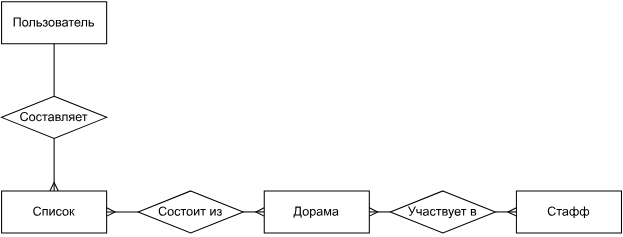
AskaryanKarine/DoramaSet keeps this draw.io diagram as docs/img/er-diagram.svg. Above is the earlier version. Source tidied: cells renumbered, new cells last; positions are measured from the earlier drawing's top-left corner, leaving out a move shared by most shapes.
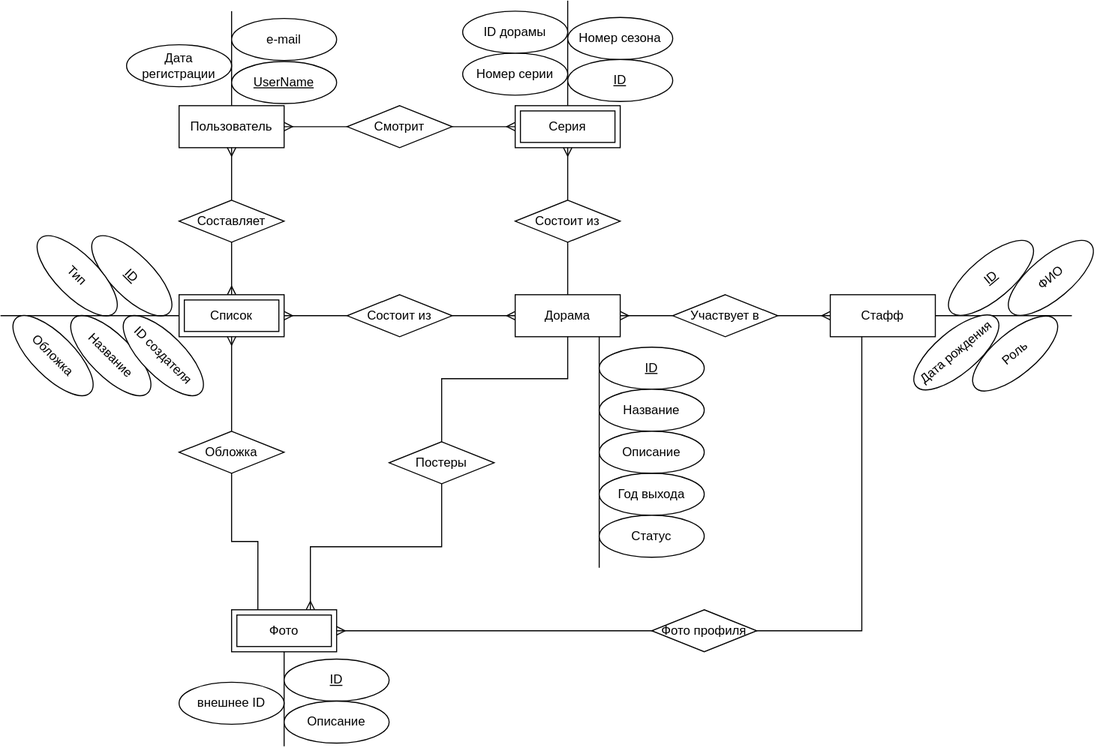
After the commit.

Commit message:
added finished use-case diagram

The edit, as a diff of the source:
```diff
@@ -2,44 +2,204 @@
   <root>
     <mxCell id="0" />
     <mxCell id="1" parent="0" />
-    <mxCell id="2" style="edgeStyle=none;rounded=0;jettySize=auto;html=1;entryX=0.5;entryY=0;entryDx=0;entryDy=0;startArrow=none;startFill=0;endArrow=ERmany;endFill=0;" parent="1" edge="1" source="10" target="5">
+    <mxCell id="2" style="edgeStyle=none;rounded=0;jettySize=auto;html=1;entryX=0.5;entryY=0;entryDx=0;entryDy=0;startArrow=none;startFill=0;endArrow=ERmany;endFill=0;exitX=0.5;exitY=1;exitDx=0;exitDy=0;" parent="1" edge="1" source="10" target="5">
       <mxGeometry relative="1" as="geometry" />
     </mxCell>
+    <mxCell id="15" style="edgeStyle=orthogonalEdgeStyle;rounded=0;jettySize=auto;html=1;exitX=0.5;exitY=0;exitDx=0;exitDy=0;endArrow=none;endFill=0;" parent="1" edge="1" source="3">
+      <mxGeometry relative="1" as="geometry">
+        <mxPoint x="50" y="-90" as="targetPoint" />
+      </mxGeometry>
+    </mxCell>
     <mxCell id="3" value="Пользователь" style="whiteSpace=wrap;html=1;align=center;" parent="1" vertex="1">
       <mxGeometry width="100" height="40" as="geometry" />
     </mxCell>
     <mxCell id="4" style="edgeStyle=none;rounded=0;jettySize=auto;html=1;entryX=0;entryY=0.5;entryDx=0;entryDy=0;startArrow=none;startFill=0;endArrow=ERmany;endFill=0;" parent="1" edge="1" source="12" target="7">
       <mxGeometry relative="1" as="geometry" />
     </mxCell>
-    <mxCell id="5" value="Список" style="whiteSpace=wrap;html=1;align=center;" parent="1" vertex="1">
-      <mxGeometry y="180" width="100" height="40" as="geometry" />
-    </mxCell>
     <mxCell id="6" style="edgeStyle=none;rounded=0;jettySize=auto;html=1;endArrow=ERmany;endFill=0;startArrow=none;startFill=0;entryX=0;entryY=0.5;entryDx=0;entryDy=0;" parent="1" edge="1" source="14" target="8">
       <mxGeometry relative="1" as="geometry" />
     </mxCell>
+    <mxCell id="16" style="edgeStyle=orthogonalEdgeStyle;rounded=0;orthogonalLoop=1;jettySize=auto;html=1;exitX=0.5;exitY=1;exitDx=0;exitDy=0;endArrow=none;endFill=0;" parent="1" edge="1">
+      <mxGeometry relative="1" as="geometry">
+        <mxPoint x="400" y="220" as="sourcePoint" />
+        <mxPoint x="400" y="440" as="targetPoint" />
+      </mxGeometry>
+    </mxCell>
+    <mxCell id="17" style="edgeStyle=orthogonalEdgeStyle;rounded=0;jettySize=auto;html=1;startArrow=none;startFill=0;endArrow=ERmany;endFill=0;" parent="1" edge="1" source="52" target="53">
+      <mxGeometry relative="1" as="geometry" />
+    </mxCell>
+    <mxCell id="18" style="rounded=0;jettySize=auto;html=1;entryX=0.75;entryY=0;entryDx=0;entryDy=0;startArrow=none;startFill=0;endArrow=ERmany;endFill=0;exitX=0.5;exitY=1;exitDx=0;exitDy=0;edgeStyle=orthogonalEdgeStyle;" parent="1" edge="1" source="58" target="43">
+      <mxGeometry relative="1" as="geometry" />
+    </mxCell>
     <mxCell id="7" value="Дорама" style="whiteSpace=wrap;html=1;align=center;" parent="1" vertex="1">
-      <mxGeometry x="250" y="180" width="100" height="40" as="geometry" />
+      <mxGeometry x="320" y="180" width="100" height="40" as="geometry" />
     </mxCell>
+    <mxCell id="19" style="edgeStyle=orthogonalEdgeStyle;rounded=0;jettySize=auto;html=1;exitX=1;exitY=0.5;exitDx=0;exitDy=0;endArrow=none;endFill=0;" parent="1" edge="1" source="8">
+      <mxGeometry relative="1" as="geometry">
+        <mxPoint x="850" y="200" as="targetPoint" />
+      </mxGeometry>
+    </mxCell>
+    <mxCell id="20" style="edgeStyle=orthogonalEdgeStyle;rounded=0;jettySize=auto;html=1;entryX=1;entryY=0.5;entryDx=0;entryDy=0;startArrow=none;startFill=0;endArrow=ERmany;endFill=0;" parent="1" edge="1" source="8" target="43">
+      <mxGeometry relative="1" as="geometry">
+        <Array as="points">
+          <mxPoint x="650" y="500" />
+        </Array>
+      </mxGeometry>
+    </mxCell>
     <mxCell id="8" value="Стафф" style="whiteSpace=wrap;html=1;align=center;" parent="1" vertex="1">
-      <mxGeometry x="490" y="180" width="100" height="40" as="geometry" />
+      <mxGeometry x="620" y="180" width="100" height="40" as="geometry" />
     </mxCell>
-    <mxCell id="9" style="edgeStyle=none;rounded=0;jettySize=auto;html=1;entryX=0.5;entryY=0;entryDx=0;entryDy=0;startArrow=none;startFill=0;endArrow=none;endFill=0;" parent="1" edge="1" source="3" target="10">
+    <mxCell id="9" style="edgeStyle=none;rounded=0;jettySize=auto;html=1;entryX=0.5;entryY=0;entryDx=0;entryDy=0;startArrow=ERmany;startFill=0;endArrow=none;endFill=0;" parent="1" edge="1" source="3" target="10">
       <mxGeometry relative="1" as="geometry" />
     </mxCell>
-    <mxCell id="10" value="Составляет" style="shape=rhombus;perimeter=rhombusPerimeter;whiteSpace=wrap;html=1;align=center;" parent="1" vertex="1">
-      <mxGeometry y="90" width="100" height="40" as="geometry" />
-    </mxCell>
-    <mxCell id="11" style="edgeStyle=none;rounded=0;jettySize=auto;html=1;entryX=0;entryY=0.5;entryDx=0;entryDy=0;startArrow=ERmany;startFill=0;endArrow=none;endFill=0;" parent="1" edge="1" source="5" target="12">
+    <mxCell id="11" style="edgeStyle=none;rounded=0;jettySize=auto;html=1;entryX=0;entryY=0.5;entryDx=0;entryDy=0;startArrow=ERmany;startFill=0;endArrow=none;endFill=0;exitX=1;exitY=0.5;exitDx=0;exitDy=0;" parent="1" edge="1" source="5" target="12">
       <mxGeometry relative="1" as="geometry" />
     </mxCell>
     <mxCell id="12" value="Состоит из" style="shape=rhombus;perimeter=rhombusPerimeter;whiteSpace=wrap;html=1;align=center;" parent="1" vertex="1">
-      <mxGeometry x="130" y="180" width="100" height="40" as="geometry" />
+      <mxGeometry x="160" y="180" width="100" height="40" as="geometry" />
     </mxCell>
     <mxCell id="13" style="edgeStyle=none;rounded=0;jettySize=auto;html=1;endArrow=none;endFill=0;startArrow=ERmany;startFill=0;entryX=0;entryY=0.5;entryDx=0;entryDy=0;" parent="1" edge="1" source="7" target="14">
       <mxGeometry relative="1" as="geometry" />
     </mxCell>
     <mxCell id="14" value="Участвует в" style="shape=rhombus;perimeter=rhombusPerimeter;whiteSpace=wrap;html=1;align=center;" parent="1" vertex="1">
-      <mxGeometry x="370" y="180" width="100" height="40" as="geometry" />
+      <mxGeometry x="470" y="180" width="100" height="40" as="geometry" />
     </mxCell>
+    <mxCell id="21" value="UserName" style="ellipse;whiteSpace=wrap;html=1;align=center;fontStyle=4;" parent="1" vertex="1">
+      <mxGeometry x="50" y="-42" width="100" height="40" as="geometry" />
+    </mxCell>
+    <mxCell id="22" value="Дата регистрации" style="ellipse;whiteSpace=wrap;html=1;align=center;" parent="1" vertex="1">
+      <mxGeometry x="-50" y="-58" width="100" height="40" as="geometry" />
+    </mxCell>
+    <mxCell id="23" value="ID" style="ellipse;whiteSpace=wrap;html=1;align=center;fontStyle=4;rotation=45;" parent="1" vertex="1">
+      <mxGeometry x="-95" y="142" width="100" height="40" as="geometry" />
+    </mxCell>
+    <mxCell id="24" value="Название" style="ellipse;whiteSpace=wrap;html=1;align=center;rotation=45;" parent="1" vertex="1">
+      <mxGeometry x="-115" y="218" width="100" height="40" as="geometry" />
+    </mxCell>
+    <mxCell id="25" value="ID" style="ellipse;whiteSpace=wrap;html=1;align=center;fontStyle=4;rotation=-40;" parent="1" vertex="1">
+      <mxGeometry x="723" y="144" width="100" height="40" as="geometry" />
+    </mxCell>
+    <mxCell id="26" value="ФИО" style="ellipse;whiteSpace=wrap;html=1;align=center;rotation=-40;" parent="1" vertex="1">
+      <mxGeometry x="780" y="144" width="100" height="40" as="geometry" />
+    </mxCell>
+    <mxCell id="27" value="Дата рождения" style="ellipse;whiteSpace=wrap;html=1;align=center;rotation=-40;" parent="1" vertex="1">
+      <mxGeometry x="690" y="215" width="100" height="40" as="geometry" />
+    </mxCell>
+    <mxCell id="28" value="Роль" style="ellipse;whiteSpace=wrap;html=1;align=center;rotation=-40;" parent="1" vertex="1">
+      <mxGeometry x="746" y="216" width="100" height="40" as="geometry" />
+    </mxCell>
+    <mxCell id="29" value="Тип" style="ellipse;whiteSpace=wrap;html=1;align=center;rotation=45;" parent="1" vertex="1">
+      <mxGeometry x="-147" y="142" width="100" height="40" as="geometry" />
+    </mxCell>
+    <mxCell id="30" value="ID" style="ellipse;whiteSpace=wrap;html=1;align=center;fontStyle=4;" parent="1" vertex="1">
+      <mxGeometry x="400" y="230" width="100" height="40" as="geometry" />
+    </mxCell>
+    <mxCell id="31" value="Название" style="ellipse;whiteSpace=wrap;html=1;align=center;" parent="1" vertex="1">
+      <mxGeometry x="400" y="270" width="100" height="40" as="geometry" />
+    </mxCell>
+    <mxCell id="32" value="Год выхода" style="ellipse;whiteSpace=wrap;html=1;align=center;" parent="1" vertex="1">
+      <mxGeometry x="400" y="350" width="100" height="40" as="geometry" />
+    </mxCell>
+    <mxCell id="33" value="Статус" style="ellipse;whiteSpace=wrap;html=1;align=center;" parent="1" vertex="1">
+      <mxGeometry x="400" y="390" width="100" height="40" as="geometry" />
+    </mxCell>
+    <mxCell id="34" value="ID создателя" style="ellipse;whiteSpace=wrap;html=1;align=center;rotation=45;" parent="1" vertex="1">
+      <mxGeometry x="-65" y="218" width="100" height="40" as="geometry" />
+    </mxCell>
+    <mxCell id="35" value="Описание" style="ellipse;whiteSpace=wrap;html=1;align=center;" parent="1" vertex="1">
+      <mxGeometry x="400" y="310" width="100" height="40" as="geometry" />
+    </mxCell>
+    <mxCell id="36" style="edgeStyle=orthogonalEdgeStyle;rounded=0;jettySize=auto;html=1;startArrow=none;startFill=0;endArrow=none;endFill=0;exitX=0.5;exitY=0;exitDx=0;exitDy=0;" parent="1" edge="1" source="53">
+      <mxGeometry relative="1" as="geometry">
+        <mxPoint x="370" y="-100" as="targetPoint" />
+      </mxGeometry>
+    </mxCell>
+    <mxCell id="37" style="edgeStyle=orthogonalEdgeStyle;rounded=0;jettySize=auto;html=1;entryX=0;entryY=0.5;entryDx=0;entryDy=0;startArrow=ERmany;startFill=0;endArrow=none;endFill=0;" parent="1" edge="1" source="3" target="39">
+      <mxGeometry relative="1" as="geometry" />
+    </mxCell>
+    <mxCell id="38" style="edgeStyle=orthogonalEdgeStyle;rounded=0;jettySize=auto;html=1;startArrow=none;startFill=0;endArrow=ERmany;endFill=0;entryX=0;entryY=0.5;entryDx=0;entryDy=0;" parent="1" edge="1" source="39" target="53">
+      <mxGeometry relative="1" as="geometry" />
+    </mxCell>
+    <mxCell id="39" value="Смотрит" style="shape=rhombus;perimeter=rhombusPerimeter;whiteSpace=wrap;html=1;align=center;" parent="1" vertex="1">
+      <mxGeometry x="160" width="100" height="40" as="geometry" />
+    </mxCell>
+    <mxCell id="40" style="edgeStyle=orthogonalEdgeStyle;rounded=0;jettySize=auto;html=1;startArrow=none;startFill=0;endArrow=none;endFill=0;" parent="1" edge="1" source="5">
+      <mxGeometry relative="1" as="geometry">
+        <mxPoint x="-170" y="200" as="targetPoint" />
+      </mxGeometry>
+    </mxCell>
+    <mxCell id="41" style="rounded=0;jettySize=auto;html=1;entryX=0.5;entryY=0;entryDx=0;entryDy=0;startArrow=ERmany;startFill=0;endArrow=none;endFill=0;" parent="1" edge="1" source="5" target="56">
+      <mxGeometry relative="1" as="geometry" />
+    </mxCell>
+    <mxCell id="5" value="Список" style="shape=ext;margin=3;double=1;whiteSpace=wrap;html=1;align=center;" parent="1" vertex="1">
+      <mxGeometry y="180" width="100" height="40" as="geometry" />
+    </mxCell>
+    <mxCell id="42" style="edgeStyle=orthogonalEdgeStyle;rounded=0;jettySize=auto;html=1;startArrow=none;startFill=0;endArrow=none;endFill=0;entryX=0.5;entryY=1;entryDx=0;entryDy=0;" parent="1" edge="1" target="43">
+      <mxGeometry relative="1" as="geometry">
+        <mxPoint x="100" y="610" as="sourcePoint" />
+      </mxGeometry>
+    </mxCell>
+    <mxCell id="43" value="Фото" style="shape=ext;margin=3;double=1;whiteSpace=wrap;html=1;align=center;" parent="1" vertex="1">
+      <mxGeometry x="50" y="480" width="100" height="40" as="geometry" />
+    </mxCell>
+    <mxCell id="44" value="ID" style="ellipse;whiteSpace=wrap;html=1;align=center;fontStyle=4;" parent="1" vertex="1">
+      <mxGeometry x="100" y="527" width="100" height="40" as="geometry" />
+    </mxCell>
+    <mxCell id="45" value="Описание" style="ellipse;whiteSpace=wrap;html=1;align=center;" parent="1" vertex="1">
+      <mxGeometry x="100" y="567" width="100" height="40" as="geometry" />
+    </mxCell>
+    <mxCell id="46" value="e-mail" style="ellipse;whiteSpace=wrap;html=1;align=center;" parent="1" vertex="1">
+      <mxGeometry x="50" y="-83" width="100" height="40" as="geometry" />
+    </mxCell>
+    <mxCell id="47" value="ID" style="ellipse;whiteSpace=wrap;html=1;align=center;fontStyle=4;" parent="1" vertex="1">
+      <mxGeometry x="370" y="-44" width="100" height="40" as="geometry" />
+    </mxCell>
+    <mxCell id="48" value="Номер сезона" style="ellipse;whiteSpace=wrap;html=1;align=center;" parent="1" vertex="1">
+      <mxGeometry x="370" y="-84" width="100" height="40" as="geometry" />
+    </mxCell>
+    <mxCell id="49" value="Номер серии" style="ellipse;whiteSpace=wrap;html=1;align=center;" parent="1" vertex="1">
+      <mxGeometry x="270" y="-50" width="100" height="40" as="geometry" />
+    </mxCell>
+    <mxCell id="50" value="внешнее ID" style="ellipse;whiteSpace=wrap;html=1;align=center;" parent="1" vertex="1">
+      <mxGeometry y="549" width="100" height="40" as="geometry" />
+    </mxCell>
+    <mxCell id="10" value="Составляет" style="shape=rhombus;perimeter=rhombusPerimeter;whiteSpace=wrap;html=1;align=center;" parent="1" vertex="1">
+      <mxGeometry y="90" width="100" height="40" as="geometry" />
+    </mxCell>
+    <mxCell id="51" style="edgeStyle=orthogonalEdgeStyle;rounded=0;jettySize=auto;html=1;entryX=0.5;entryY=1;entryDx=0;entryDy=0;startArrow=none;startFill=0;endArrow=none;endFill=0;" parent="1" edge="1" source="7" target="52">
+      <mxGeometry relative="1" as="geometry" />
+    </mxCell>
+    <mxCell id="52" value="Состоит из" style="shape=rhombus;perimeter=rhombusPerimeter;whiteSpace=wrap;html=1;align=center;" parent="1" vertex="1">
+      <mxGeometry x="320" y="90" width="100" height="40" as="geometry" />
+    </mxCell>
+    <mxCell id="53" value="Серия" style="shape=ext;margin=3;double=1;whiteSpace=wrap;html=1;align=center;" parent="1" vertex="1">
+      <mxGeometry x="320" width="100" height="40" as="geometry" />
+    </mxCell>
+    <mxCell id="54" value="ID дорамы" style="ellipse;whiteSpace=wrap;html=1;align=center;" parent="1" vertex="1">
+      <mxGeometry x="270" y="-90" width="100" height="40" as="geometry" />
+    </mxCell>
+    <mxCell id="55" style="edgeStyle=orthogonalEdgeStyle;rounded=0;jettySize=auto;html=1;entryX=0.25;entryY=0;entryDx=0;entryDy=0;startArrow=none;startFill=0;endArrow=none;endFill=0;" parent="1" edge="1" source="56" target="43">
+      <mxGeometry relative="1" as="geometry" />
+    </mxCell>
+    <mxCell id="56" value="Обложка" style="shape=rhombus;perimeter=rhombusPerimeter;whiteSpace=wrap;html=1;align=center;" parent="1" vertex="1">
+      <mxGeometry y="310" width="100" height="40" as="geometry" />
+    </mxCell>
+    <mxCell id="57" style="rounded=0;jettySize=auto;html=1;entryX=0.5;entryY=0;entryDx=0;entryDy=0;startArrow=none;startFill=0;endArrow=none;endFill=0;edgeStyle=orthogonalEdgeStyle;" parent="1" edge="1" source="7" target="58">
+      <mxGeometry relative="1" as="geometry">
+        <Array as="points">
+          <mxPoint x="370" y="260" />
+          <mxPoint x="250" y="260" />
+        </Array>
+      </mxGeometry>
+    </mxCell>
+    <mxCell id="58" value="Постеры" style="shape=rhombus;perimeter=rhombusPerimeter;whiteSpace=wrap;html=1;align=center;" parent="1" vertex="1">
+      <mxGeometry x="200" y="320" width="100" height="40" as="geometry" />
+    </mxCell>
+    <mxCell id="59" value="Фото профиля" style="shape=rhombus;perimeter=rhombusPerimeter;whiteSpace=wrap;html=1;align=center;" parent="1" vertex="1">
+      <mxGeometry x="450" y="480" width="100" height="40" as="geometry" />
+    </mxCell>
+    <mxCell id="60" value="Обложка" style="ellipse;whiteSpace=wrap;html=1;align=center;rotation=45;" parent="1" vertex="1">
+      <mxGeometry x="-170" y="218" width="100" height="40" as="geometry" />
+    </mxCell>
   </root>
 </mxGraphModel>
```
